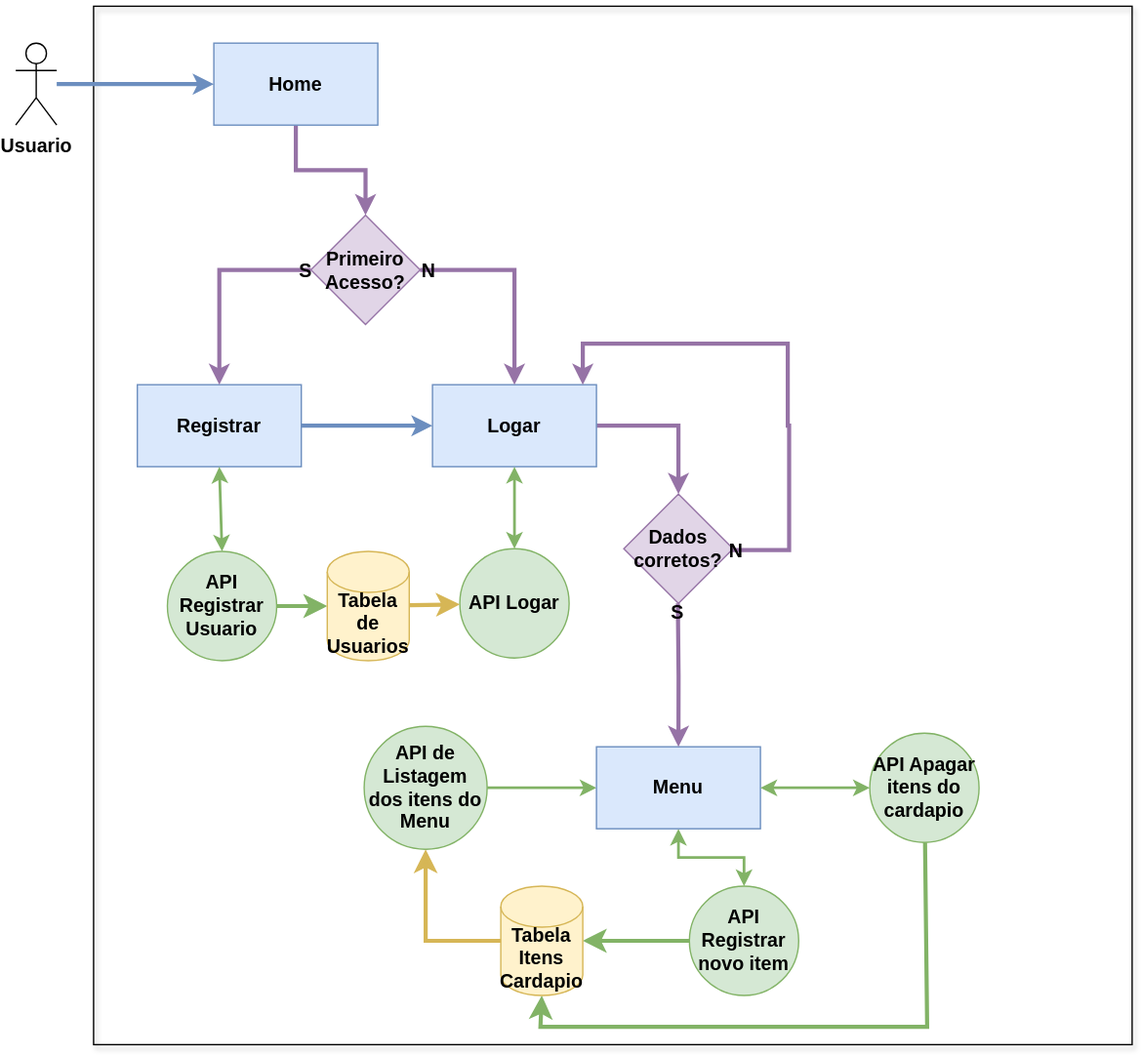
This is SmartMenuArc.drawio.svg from Miguel084/SmartMenu-API, a draw.io export, as it was before one commit. Source tidied: cells renumbered, new cells last; positions are measured from the earlier drawing's top-left corner, leaving out a move shared by most shapes.
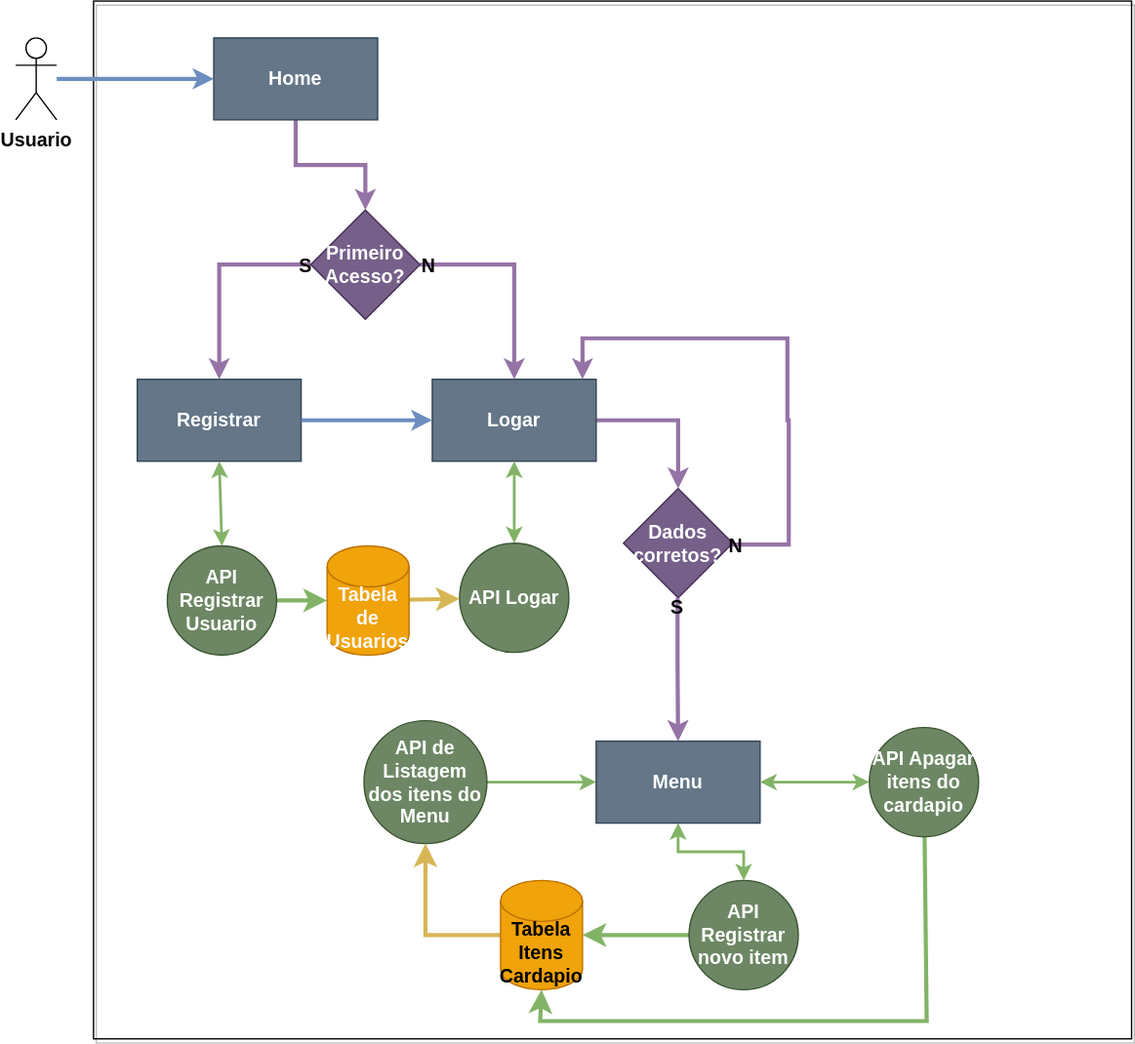
Above is the later version.

Change to the diagram source:
```diff
@@ -14,16 +14,16 @@
     <mxCell id="5" style="edgeStyle=orthogonalEdgeStyle;rounded=0;jettySize=auto;html=1;fillColor=#e1d5e7;strokeColor=#9673a6;strokeWidth=3;flowAnimation=1;fontSize=14;textShadow=0;labelBackgroundColor=none;fontStyle=1;horizontal=1;" parent="1" edge="1" source="6" target="29">
       <mxGeometry relative="1" as="geometry" />
     </mxCell>
-    <mxCell id="6" value="Home" style="rounded=0;whiteSpace=wrap;html=1;fillColor=#dae8fc;strokeColor=#6c8ebf;fontColor=default;fontSize=14;textShadow=0;labelBackgroundColor=none;fontStyle=1;horizontal=1;" parent="1" vertex="1">
+    <mxCell id="6" value="Home" style="rounded=0;whiteSpace=wrap;html=1;fillColor=#647687;strokeColor=#314354;fontColor=#ffffff;fontSize=14;textShadow=0;labelBackgroundColor=none;fontStyle=1;horizontal=1;" parent="1" vertex="1">
       <mxGeometry x="145" y="27" width="120" height="60" as="geometry" />
     </mxCell>
-    <mxCell id="7" value="Registrar" style="whiteSpace=wrap;html=1;rounded=0;fillColor=#dae8fc;strokeColor=#6c8ebf;fontSize=14;textShadow=0;labelBackgroundColor=none;fontStyle=1;horizontal=1;" parent="1" vertex="1">
+    <mxCell id="7" value="Registrar" style="whiteSpace=wrap;html=1;rounded=0;fillColor=#647687;strokeColor=#314354;fontSize=14;textShadow=0;labelBackgroundColor=none;fontStyle=1;horizontal=1;fontColor=#ffffff;" parent="1" vertex="1">
       <mxGeometry x="89" y="277" width="120" height="60" as="geometry" />
     </mxCell>
     <mxCell id="8" style="edgeStyle=none;curved=1;rounded=0;jettySize=auto;html=1;fontSize=14;startSize=8;endSize=8;fillColor=#d5e8d4;strokeColor=#82b366;strokeWidth=3;flowAnimation=1;textShadow=0;labelBackgroundColor=none;fontStyle=1;horizontal=1;" parent="1" edge="1" source="9" target="37">
       <mxGeometry relative="1" as="geometry" />
     </mxCell>
-    <mxCell id="9" value="API Registrar Usuario" style="ellipse;whiteSpace=wrap;html=1;fillColor=#d5e8d4;strokeColor=#82b366;rounded=0;fontSize=14;textShadow=0;labelBackgroundColor=none;fontStyle=1;horizontal=1;" parent="1" vertex="1">
+    <mxCell id="9" value="API Registrar Usuario" style="ellipse;whiteSpace=wrap;html=1;fillColor=#6d8764;strokeColor=#3A5431;rounded=0;fontSize=14;textShadow=0;labelBackgroundColor=none;fontStyle=1;horizontal=1;fontColor=#ffffff;" parent="1" vertex="1">
       <mxGeometry x="111" y="399" width="80" height="80" as="geometry" />
     </mxCell>
     <mxCell id="10" style="edgeStyle=orthogonalEdgeStyle;rounded=0;jettySize=auto;html=1;fillColor=#e1d5e7;strokeColor=#9673a6;strokeWidth=3;exitX=1;exitY=0.5;exitDx=0;exitDy=0;flowAnimation=1;fontSize=14;textShadow=0;labelBackgroundColor=none;fontStyle=1;horizontal=1;" parent="1" edge="1" source="11" target="31">
@@ -33,10 +33,10 @@
         </Array>
       </mxGeometry>
     </mxCell>
-    <mxCell id="11" value="Logar" style="whiteSpace=wrap;html=1;fillColor=#dae8fc;strokeColor=#6c8ebf;rounded=0;fontSize=14;textShadow=0;labelBackgroundColor=none;fontStyle=1;horizontal=1;" parent="1" vertex="1">
+    <mxCell id="11" value="Logar" style="whiteSpace=wrap;html=1;fillColor=#647687;strokeColor=#314354;rounded=0;fontSize=14;textShadow=0;labelBackgroundColor=none;fontStyle=1;horizontal=1;fontColor=#ffffff;" parent="1" vertex="1">
       <mxGeometry x="305" y="277" width="120" height="60" as="geometry" />
     </mxCell>
-    <mxCell id="12" value="API Logar" style="ellipse;whiteSpace=wrap;html=1;fillColor=#d5e8d4;strokeColor=#82b366;rounded=0;fontSize=14;textShadow=0;labelBackgroundColor=none;fontStyle=1;horizontal=1;" parent="1" vertex="1">
+    <mxCell id="12" value="API Logar" style="ellipse;whiteSpace=wrap;html=1;fillColor=#6d8764;strokeColor=#3A5431;rounded=0;fontSize=14;textShadow=0;labelBackgroundColor=none;fontStyle=1;horizontal=1;fontColor=#ffffff;" parent="1" vertex="1">
       <mxGeometry x="325" y="397" width="80" height="80" as="geometry" />
     </mxCell>
     <mxCell id="13" style="endArrow=classic;startArrow=classic;html=1;rounded=0;entryX=0.5;entryY=1;entryDx=0;entryDy=0;fillColor=#d5e8d4;strokeColor=#82b366;strokeWidth=2;edgeStyle=elbowEdgeStyle;flowAnimation=1;fontSize=14;textShadow=0;labelBackgroundColor=none;fontStyle=1;horizontal=1;" parent="1" edge="1" source="12" target="11">
@@ -54,16 +54,16 @@
     <mxCell id="17" style="edgeStyle=orthogonalEdgeStyle;rounded=0;jettySize=auto;html=1;fillColor=#d5e8d4;strokeColor=#82b366;strokeWidth=2;startArrow=classic;startFill=1;flowAnimation=1;endArrow=classic;endFill=1;fontSize=14;textShadow=0;labelBackgroundColor=none;fontStyle=1;horizontal=1;" parent="1" edge="1" source="18" target="21">
       <mxGeometry relative="1" as="geometry" />
     </mxCell>
-    <mxCell id="18" value="Menu" style="whiteSpace=wrap;html=1;fillColor=#dae8fc;strokeColor=#6c8ebf;rounded=0;fontSize=14;textShadow=0;labelBackgroundColor=none;fontStyle=1;horizontal=1;" parent="1" vertex="1">
+    <mxCell id="18" value="Menu" style="whiteSpace=wrap;html=1;fillColor=#647687;strokeColor=#314354;rounded=0;fontSize=14;textShadow=0;labelBackgroundColor=none;fontStyle=1;horizontal=1;fontColor=#ffffff;" parent="1" vertex="1">
       <mxGeometry x="425" y="542" width="120" height="60" as="geometry" />
     </mxCell>
-    <mxCell id="19" value="API de Listagem dos itens do Menu" style="ellipse;whiteSpace=wrap;html=1;fillColor=#d5e8d4;strokeColor=#82b366;rounded=0;fontSize=14;textShadow=0;labelBackgroundColor=none;fontStyle=1;horizontal=1;" parent="1" vertex="1">
+    <mxCell id="19" value="API de Listagem dos itens do Menu" style="ellipse;whiteSpace=wrap;html=1;fillColor=#6d8764;strokeColor=#3A5431;rounded=0;fontSize=14;textShadow=0;labelBackgroundColor=none;fontStyle=1;horizontal=1;fontColor=#ffffff;" parent="1" vertex="1">
       <mxGeometry x="255" y="527" width="90" height="90" as="geometry" />
     </mxCell>
     <mxCell id="20" style="edgeStyle=none;curved=0;rounded=0;jettySize=auto;html=1;fontSize=14;startSize=8;endSize=8;exitX=0;exitY=0.5;exitDx=0;exitDy=0;entryX=1;entryY=0.5;entryDx=0;entryDy=0;entryPerimeter=0;fillColor=#d5e8d4;strokeColor=#82b366;strokeWidth=3;flowAnimation=1;textShadow=0;labelBackgroundColor=none;fontStyle=1;horizontal=1;" parent="1" edge="1" source="21" target="39">
       <mxGeometry relative="1" as="geometry" />
     </mxCell>
-    <mxCell id="21" value="API Registrar novo item" style="ellipse;whiteSpace=wrap;html=1;fillColor=#d5e8d4;strokeColor=#82b366;rounded=0;fontSize=14;textShadow=0;labelBackgroundColor=none;fontStyle=1;horizontal=1;" parent="1" vertex="1">
+    <mxCell id="21" value="API Registrar novo item" style="ellipse;whiteSpace=wrap;html=1;fillColor=#6d8764;strokeColor=#3A5431;rounded=0;fontSize=14;textShadow=0;labelBackgroundColor=none;fontStyle=1;horizontal=1;fontColor=#ffffff;" parent="1" vertex="1">
       <mxGeometry x="493" y="644" width="80" height="80" as="geometry" />
     </mxCell>
     <mxCell id="22" style="edgeStyle=orthogonalEdgeStyle;rounded=0;jettySize=auto;html=1;fillColor=#d5e8d4;strokeColor=#82b366;strokeWidth=2;startArrow=classic;startFill=1;exitX=1;exitY=0.5;exitDx=0;exitDy=0;flowAnimation=1;fontSize=14;textShadow=0;labelBackgroundColor=none;fontStyle=1;horizontal=1;" parent="1" edge="1" source="18" target="24">
@@ -77,7 +77,7 @@
         </Array>
       </mxGeometry>
     </mxCell>
-    <mxCell id="24" value="API Apagar itens do cardapio" style="ellipse;whiteSpace=wrap;html=1;fillColor=#d5e8d4;strokeColor=#82b366;rounded=0;fontSize=14;textShadow=0;labelBackgroundColor=none;fontStyle=1;horizontal=1;" parent="1" vertex="1">
+    <mxCell id="24" value="API Apagar itens do cardapio" style="ellipse;whiteSpace=wrap;html=1;fillColor=#6d8764;strokeColor=#3A5431;rounded=0;fontSize=14;textShadow=0;labelBackgroundColor=none;fontStyle=1;horizontal=1;fontColor=#ffffff;" parent="1" vertex="1">
       <mxGeometry x="625" y="532" width="80" height="80" as="geometry" />
     </mxCell>
     <mxCell id="25" style="edgeStyle=orthogonalEdgeStyle;rounded=0;jettySize=auto;html=1;exitX=0;exitY=0.5;exitDx=0;exitDy=0;fillColor=#e1d5e7;strokeColor=#9673a6;strokeWidth=3;flowAnimation=1;fontSize=14;textShadow=0;labelBackgroundColor=none;fontStyle=1;horizontal=1;" parent="1" edge="1" source="29" target="7">
@@ -94,13 +94,13 @@
     <mxCell id="28" value="N" style="edgeLabel;html=1;align=center;verticalAlign=middle;rounded=0;fontSize=14;textShadow=0;labelBackgroundColor=none;fontStyle=1;horizontal=1;" parent="27" vertex="1">
       <mxGeometry x="-0.94" relative="1" as="geometry" />
     </mxCell>
-    <mxCell id="29" value="Primeiro Acesso?" style="rhombus;whiteSpace=wrap;html=1;fillColor=#e1d5e7;strokeColor=#9673a6;rounded=0;fontSize=14;textShadow=0;labelBackgroundColor=none;fontStyle=1;horizontal=1;" parent="1" vertex="1">
+    <mxCell id="29" value="Primeiro Acesso?" style="rhombus;whiteSpace=wrap;html=1;fillColor=#76608a;strokeColor=#432D57;rounded=0;fontSize=14;textShadow=0;labelBackgroundColor=none;fontStyle=1;horizontal=1;fontColor=#ffffff;" parent="1" vertex="1">
       <mxGeometry x="216" y="153" width="80" height="80" as="geometry" />
     </mxCell>
     <mxCell id="30" style="edgeStyle=orthogonalEdgeStyle;rounded=0;orthogonalLoop=1;jettySize=auto;html=1;exitX=0.5;exitY=1;exitDx=0;exitDy=0;flowAnimation=1;fontSize=14;textShadow=0;labelBackgroundColor=none;fontStyle=1;horizontal=1;" parent="1" edge="1" source="29" target="29">
       <mxGeometry relative="1" as="geometry" />
     </mxCell>
-    <mxCell id="31" value="Dados corretos?" style="rhombus;whiteSpace=wrap;html=1;fillColor=#e1d5e7;strokeColor=#9673a6;rounded=0;fontSize=14;textShadow=0;labelBackgroundColor=none;fontStyle=1;horizontal=1;" parent="1" vertex="1">
+    <mxCell id="31" value="Dados corretos?" style="rhombus;whiteSpace=wrap;html=1;fillColor=#76608a;strokeColor=#432D57;rounded=0;fontSize=14;textShadow=0;labelBackgroundColor=none;fontStyle=1;horizontal=1;fontColor=#ffffff;" parent="1" vertex="1">
       <mxGeometry x="445" y="357" width="80" height="80" as="geometry" />
     </mxCell>
     <mxCell id="32" style="edgeStyle=orthogonalEdgeStyle;rounded=0;jettySize=auto;html=1;fillColor=#e1d5e7;strokeColor=#9673a6;strokeWidth=3;flowAnimation=1;fontSize=14;textShadow=0;labelBackgroundColor=none;fontStyle=1;horizontal=1;" parent="1" edge="1" target="11">
@@ -134,7 +134,7 @@
     <mxCell id="36" style="edgeStyle=none;curved=1;rounded=0;jettySize=auto;html=1;fontSize=14;startSize=8;endSize=8;strokeWidth=3;fillColor=#fff2cc;strokeColor=#d6b656;flowAnimation=1;textShadow=0;labelBackgroundColor=none;fontStyle=1;horizontal=1;" parent="1" edge="1" source="37" target="12">
       <mxGeometry relative="1" as="geometry" />
     </mxCell>
-    <mxCell id="37" value="Tabela de Usuarios" style="shape=cylinder3;whiteSpace=wrap;html=1;boundedLbl=1;backgroundOutline=1;size=15;fillColor=#fff2cc;strokeColor=#d6b656;fontSize=14;textShadow=0;labelBackgroundColor=none;fontStyle=1;horizontal=1;" parent="1" vertex="1">
+    <mxCell id="37" value="Tabela de Usuarios" style="shape=cylinder3;whiteSpace=wrap;html=1;boundedLbl=1;backgroundOutline=1;size=15;fillColor=#f0a30a;strokeColor=#BD7000;fontSize=14;textShadow=0;labelBackgroundColor=none;fontStyle=1;horizontal=1;fontColor=#fbf9f9;" parent="1" vertex="1">
       <mxGeometry x="228" y="399" width="60" height="80" as="geometry" />
     </mxCell>
     <mxCell id="38" style="edgeStyle=none;curved=0;rounded=0;jettySize=auto;html=1;fontSize=14;startSize=8;endSize=8;strokeColor=#d6b656;fillColor=#fff2cc;strokeWidth=3;flowAnimation=1;textShadow=0;labelBackgroundColor=none;fontStyle=1;horizontal=1;" parent="1" edge="1" source="39" target="19">
@@ -144,7 +144,7 @@
         </Array>
       </mxGeometry>
     </mxCell>
-    <mxCell id="39" value="Tabela Itens Cardapio" style="shape=cylinder3;whiteSpace=wrap;html=1;boundedLbl=1;backgroundOutline=1;size=15;fillColor=#fff2cc;strokeColor=#d6b656;fontSize=14;textShadow=0;labelBackgroundColor=none;fontStyle=1;horizontal=1;" parent="1" vertex="1">
+    <mxCell id="39" value="Tabela Itens Cardapio" style="shape=cylinder3;whiteSpace=wrap;html=1;boundedLbl=1;backgroundOutline=1;size=15;fillColor=#f0a30a;strokeColor=#BD7000;fontSize=14;textShadow=0;labelBackgroundColor=none;fontStyle=1;horizontal=1;fontColor=default;" parent="1" vertex="1">
       <mxGeometry x="355" y="644" width="60" height="80" as="geometry" />
     </mxCell>
   </root>
```
